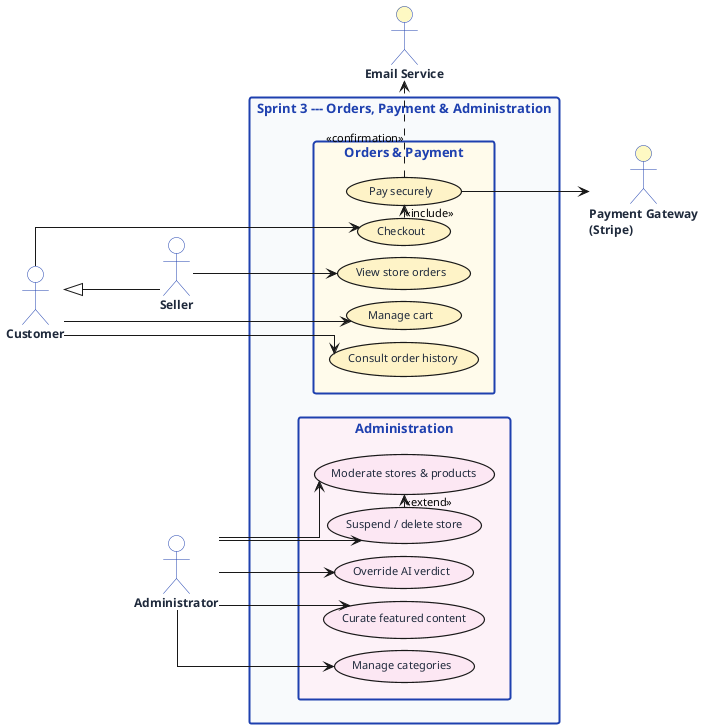
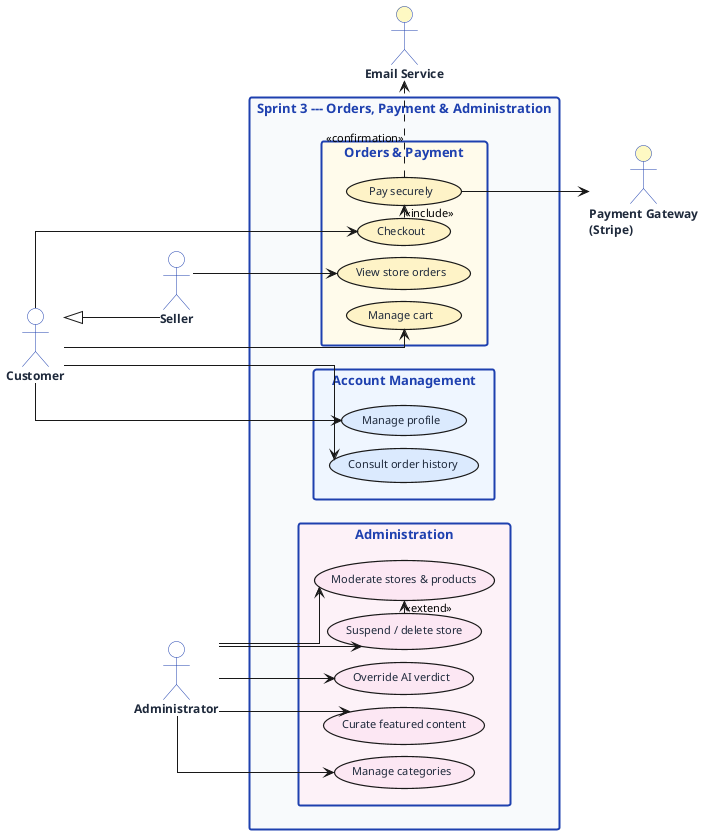
@startuml uc-sprint3

skinparam defaultFontName Helvetica
skinparam defaultFontSize 11
skinparam backgroundColor #FFFFFF
skinparam shadowing false
skinparam packageStyle rectangle
skinparam linetype ortho
skinparam nodesep 12
skinparam ranksep 70

skinparam actor {
  BackgroundColor #FFFFFF
  BorderColor #1E40AF
  FontColor #1E293B
  FontStyle bold
  FontSize 12
}
skinparam usecase {
  BorderThickness 1.2
  FontColor #1E293B
  FontSize 11
}
skinparam rectangle {
  BackgroundColor #F8FAFC
  BorderColor #1E40AF
  BorderThickness 2
  FontColor #1E40AF
  FontStyle bold
  FontSize 13
}

left to right direction

actor Customer      as Customer
actor Seller        as Seller
actor Administrator as Admin

Customer <|-- Seller

rectangle "Sprint 3 --- Orders, Payment & Administration" {

  rectangle "Orders & Payment" #FFFBEB {
    (Manage cart)           as O1 #FEF3C7
    (Checkout)              as O2 #FEF3C7
    (Pay securely)          as O3 #FEF3C7
-     (Consult order history) as O4 #FEF3C7
    (View store orders)     as O5 #FEF3C7
+   }
+ 
+   rectangle "Account Management" #EFF6FF {
+     (Manage profile)        as AC1 #DBEAFE
+     (Consult order history) as O4 #DBEAFE
  }

  rectangle "Administration" #FDF2F8 {
    (Moderate stores & products) as D1 #FCE7F3
    (Suspend / delete store)     as D2 #FCE7F3
    (Override AI verdict)        as D3 #FCE7F3
    (Curate featured content)    as D4 #FCE7F3
    (Manage categories)          as D5 #FCE7F3
  }
}

actor "Payment Gateway\n(Stripe)" as PAY  #FEF9C3
actor "Email Service"             as MAIL #FEF9C3

Customer --> O1
Customer --> O2
Customer --> O4
+ Customer --> AC1
Seller   --> O5
Admin    --> D1
Admin    --> D2
Admin    --> D3
Admin    --> D4
Admin    --> D5

O2 .> O3 : <<include>>
O3 --> PAY
O3 .> MAIL : <<confirmation>>
D2 .> D1 : <<extend>>

@enduml
